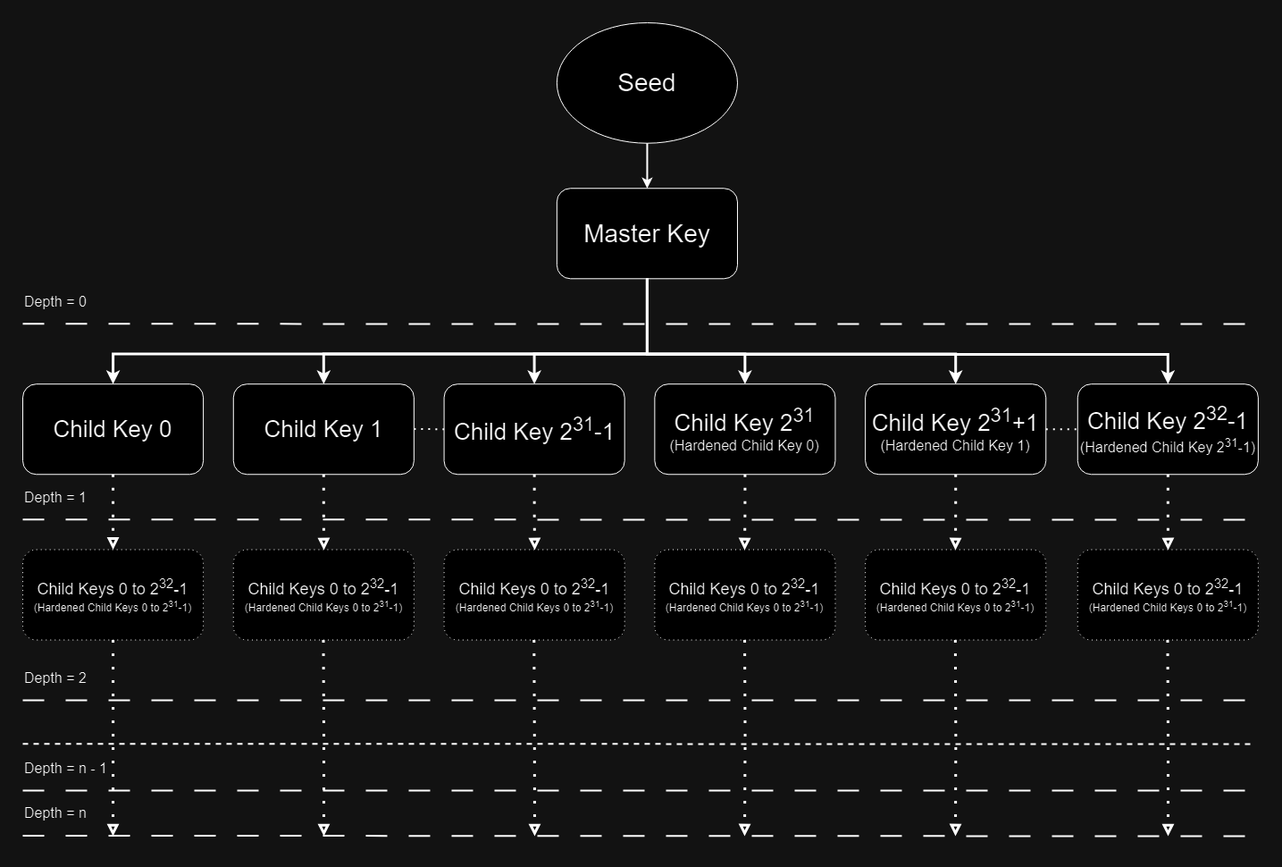
Earlier version of the draw.io export versioned_docs/version-2.4.0/hd-wallets/_static/img/hd_wallet_diagram.png (3StudioOnline/TSBC-Documentation). Source tidied: cells renumbered, new cells last; positions are measured from the earlier drawing's top-left corner, leaving out a move shared by most shapes.
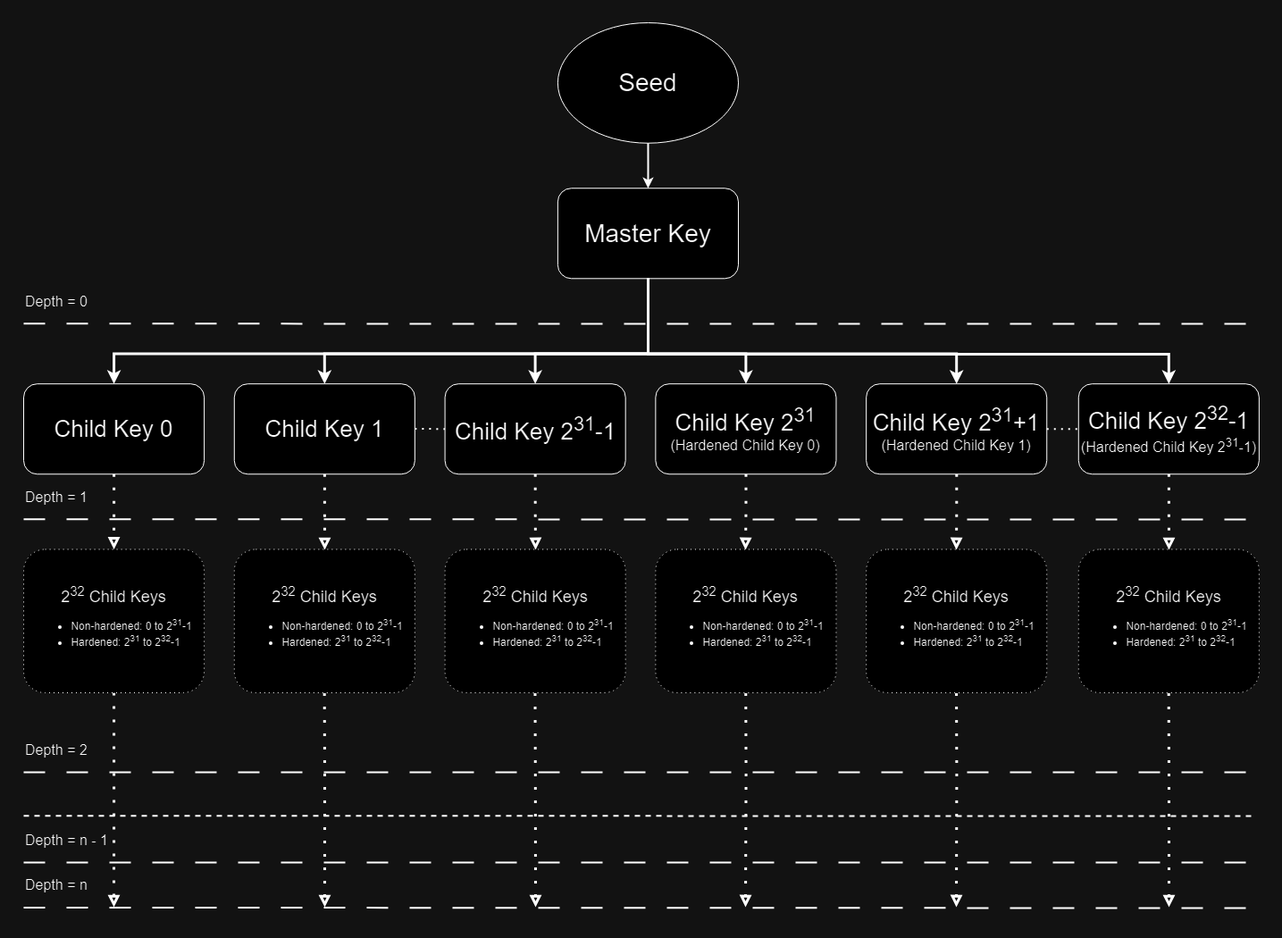
Later version of the same file.

What changed in the source:
```diff
@@ -79,74 +79,74 @@
     </mxCell>
     <mxCell id="15" style="edgeStyle=orthogonalEdgeStyle;rounded=0;jettySize=auto;html=1;dashed=1;dashPattern=1 4;endArrow=block;endFill=0;exitX=0.5;exitY=1;exitDx=0;exitDy=0;strokeWidth=3;" parent="1" edge="1" source="16">
       <mxGeometry relative="1" as="geometry">
-        <mxPoint x="101" y="910" as="targetPoint" />
+        <mxPoint x="101" y="990" as="targetPoint" />
       </mxGeometry>
     </mxCell>
-    <mxCell id="16" value="&lt;font style=&quot;font-size: 18px;&quot;&gt;Child Keys 0 to 2&lt;sup&gt;32&lt;/sup&gt;-1&lt;/font&gt;&lt;br&gt;&lt;font style=&quot;font-size: 12px;&quot;&gt;(Hardened Child Keys 0 to 2&lt;sup&gt;31&lt;/sup&gt;-1)&lt;/font&gt;" style="rounded=1;whiteSpace=wrap;html=1;dashed=1;dashPattern=1 4;" parent="1" vertex="1">
-      <mxGeometry y="589.5" width="202.1" height="101.1" as="geometry" />
+    <mxCell id="16" value="&lt;span style=&quot;font-size: 18px;&quot;&gt;2&lt;sup&gt;32&lt;/sup&gt; Child Keys&lt;/span&gt;&lt;div&gt;&lt;ul&gt;&lt;li style=&quot;text-align: left;&quot;&gt;Non-hardened: 0 to 2&lt;sup&gt;31&lt;/sup&gt;-1&lt;/li&gt;&lt;li style=&quot;text-align: left;&quot;&gt;Hardened: 2&lt;sup&gt;31&lt;/sup&gt;&amp;nbsp;to 2&lt;sup style=&quot;background-color: initial;&quot;&gt;32&lt;/sup&gt;&lt;span style=&quot;background-color: initial;&quot;&gt;-1&amp;nbsp;&lt;/span&gt;&lt;/li&gt;&lt;/ul&gt;&lt;/div&gt;" style="rounded=1;whiteSpace=wrap;html=1;dashed=1;dashPattern=1 4;" parent="1" vertex="1">
+      <mxGeometry y="589.5" width="202.1" height="160.5" as="geometry" />
     </mxCell>
     <mxCell id="17" style="endArrow=none;dashed=1;html=1;rounded=0;dashPattern=12 12;strokeWidth=2;" parent="1" edge="1">
       <mxGeometry relative="1" as="geometry">
-        <mxPoint y="757.9" as="sourcePoint" />
-        <mxPoint x="1380" y="758" as="targetPoint" />
+        <mxPoint y="838.9" as="sourcePoint" />
+        <mxPoint x="1380" y="839" as="targetPoint" />
       </mxGeometry>
     </mxCell>
     <mxCell id="18" value="&lt;font style=&quot;font-size: 16px;&quot;&gt;Depth = 2&lt;/font&gt;" style="text;html=1;strokeColor=none;fillColor=none;align=left;verticalAlign=middle;whiteSpace=wrap;rounded=0;" parent="1" vertex="1">
-      <mxGeometry y="707.4" width="101.1" height="50.5" as="geometry" />
+      <mxGeometry y="788.4" width="101.1" height="50.5" as="geometry" />
     </mxCell>
     <mxCell id="19" value="&lt;font style=&quot;font-size: 16px;&quot;&gt;Depth = n&lt;/font&gt;" style="text;html=1;strokeColor=none;fillColor=none;align=left;verticalAlign=middle;whiteSpace=wrap;rounded=0;" parent="1" vertex="1">
-      <mxGeometry y="858.9" width="101.1" height="50.5" as="geometry" />
+      <mxGeometry y="939.9" width="101.1" height="50.5" as="geometry" />
     </mxCell>
     <mxCell id="20" style="edgeStyle=orthogonalEdgeStyle;rounded=0;orthogonalLoop=1;jettySize=auto;html=1;dashed=1;dashPattern=1 4;endArrow=block;endFill=0;strokeWidth=3;" parent="1" edge="1">
       <mxGeometry relative="1" as="geometry">
         <mxPoint x="336.5" y="690.5" as="sourcePoint" />
-        <mxPoint x="337" y="910" as="targetPoint" />
+        <mxPoint x="337" y="990" as="targetPoint" />
       </mxGeometry>
     </mxCell>
     <mxCell id="21" style="edgeStyle=orthogonalEdgeStyle;rounded=0;orthogonalLoop=1;jettySize=auto;html=1;dashed=1;dashPattern=1 4;endArrow=block;endFill=0;strokeWidth=3;" parent="1" edge="1">
       <mxGeometry relative="1" as="geometry">
         <mxPoint x="572.3" y="690.5" as="sourcePoint" />
-        <mxPoint x="573" y="910" as="targetPoint" />
+        <mxPoint x="573" y="990" as="targetPoint" />
       </mxGeometry>
     </mxCell>
     <mxCell id="22" style="edgeStyle=orthogonalEdgeStyle;rounded=0;orthogonalLoop=1;jettySize=auto;html=1;dashed=1;dashPattern=1 4;endArrow=block;endFill=0;strokeWidth=3;" parent="1" edge="1">
       <mxGeometry relative="1" as="geometry">
         <mxPoint x="808.1" y="690.5" as="sourcePoint" />
-        <mxPoint x="808" y="910" as="targetPoint" />
+        <mxPoint x="808" y="990" as="targetPoint" />
       </mxGeometry>
     </mxCell>
     <mxCell id="23" style="edgeStyle=orthogonalEdgeStyle;rounded=0;orthogonalLoop=1;jettySize=auto;html=1;dashed=1;dashPattern=1 4;endArrow=block;endFill=0;strokeWidth=3;" parent="1" edge="1">
       <mxGeometry relative="1" as="geometry">
         <mxPoint x="1043.9" y="690.5" as="sourcePoint" />
-        <mxPoint x="1044" y="910" as="targetPoint" />
+        <mxPoint x="1044" y="990" as="targetPoint" />
       </mxGeometry>
     </mxCell>
     <mxCell id="24" style="edgeStyle=orthogonalEdgeStyle;rounded=0;orthogonalLoop=1;jettySize=auto;html=1;dashed=1;dashPattern=1 4;endArrow=block;endFill=0;strokeWidth=3;" parent="1" edge="1">
       <mxGeometry relative="1" as="geometry">
         <mxPoint x="1281.5" y="690.5" as="sourcePoint" />
-        <mxPoint x="1282" y="910" as="targetPoint" />
+        <mxPoint x="1282" y="990" as="targetPoint" />
       </mxGeometry>
     </mxCell>
     <mxCell id="25" style="endArrow=none;dashed=1;html=1;rounded=0;strokeWidth=2;" parent="1" edge="1">
       <mxGeometry relative="1" as="geometry">
-        <mxPoint y="806.7" as="sourcePoint" />
-        <mxPoint x="1380" y="807" as="targetPoint" />
+        <mxPoint y="887.7" as="sourcePoint" />
+        <mxPoint x="1380" y="888" as="targetPoint" />
       </mxGeometry>
     </mxCell>
     <mxCell id="26" style="endArrow=none;dashed=1;html=1;rounded=0;dashPattern=12 12;strokeWidth=2;" parent="1" edge="1">
       <mxGeometry relative="1" as="geometry">
-        <mxPoint y="858.9" as="sourcePoint" />
-        <mxPoint x="1380" y="859" as="targetPoint" />
+        <mxPoint y="939.9" as="sourcePoint" />
+        <mxPoint x="1380" y="940" as="targetPoint" />
       </mxGeometry>
     </mxCell>
     <mxCell id="27" style="endArrow=none;dashed=1;html=1;rounded=0;dashPattern=12 12;strokeWidth=2;" parent="1" edge="1">
       <mxGeometry relative="1" as="geometry">
-        <mxPoint y="909.5" as="sourcePoint" />
-        <mxPoint x="1380" y="910" as="targetPoint" />
+        <mxPoint y="990.5" as="sourcePoint" />
+        <mxPoint x="1380" y="991" as="targetPoint" />
       </mxGeometry>
     </mxCell>
     <mxCell id="28" value="&lt;font style=&quot;font-size: 16px;&quot;&gt;Depth = n - 1&lt;/font&gt;" style="text;html=1;strokeColor=none;fillColor=none;align=left;verticalAlign=middle;whiteSpace=wrap;rounded=0;" parent="1" vertex="1">
-      <mxGeometry y="808.4" width="101.1" height="50.5" as="geometry" />
+      <mxGeometry y="889.4" width="101.1" height="50.5" as="geometry" />
     </mxCell>
     <mxCell id="29" style="edgeStyle=orthogonalEdgeStyle;rounded=0;jettySize=auto;html=1;dashed=1;dashPattern=1 4;entryX=0.5;entryY=0;entryDx=0;entryDy=0;endArrow=block;endFill=0;strokeWidth=3;" parent="1" edge="1" source="30" target="16">
       <mxGeometry relative="1" as="geometry" />
@@ -204,20 +204,20 @@
         <mxPoint x="437.9" y="454.4" as="sourcePoint" />
       </mxGeometry>
     </mxCell>
-    <mxCell id="43" value="&lt;font style=&quot;font-size: 18px;&quot;&gt;Child Keys 0 to 2&lt;sup&gt;32&lt;/sup&gt;-1&lt;/font&gt;&lt;br&gt;&lt;font style=&quot;font-size: 12px;&quot;&gt;(Hardened Child Keys 0 to 2&lt;sup&gt;31&lt;/sup&gt;-1)&lt;/font&gt;" style="rounded=1;whiteSpace=wrap;html=1;dashed=1;dashPattern=1 4;" parent="1" vertex="1">
-      <mxGeometry x="235.8" y="589.5" width="202.1" height="101.1" as="geometry" />
+    <mxCell id="43" value="&lt;span style=&quot;font-size: 18px;&quot;&gt;2&lt;sup&gt;32&lt;/sup&gt;&amp;nbsp;Child Keys&lt;/span&gt;&lt;div&gt;&lt;ul&gt;&lt;li style=&quot;text-align: left;&quot;&gt;Non-hardened: 0 to 2&lt;sup&gt;31&lt;/sup&gt;-1&lt;/li&gt;&lt;li style=&quot;text-align: left;&quot;&gt;Hardened: 2&lt;sup&gt;31&lt;/sup&gt;&amp;nbsp;to 2&lt;sup style=&quot;background-color: initial;&quot;&gt;32&lt;/sup&gt;&lt;span style=&quot;background-color: initial;&quot;&gt;-1&amp;nbsp;&lt;/span&gt;&lt;/li&gt;&lt;/ul&gt;&lt;/div&gt;" style="rounded=1;whiteSpace=wrap;html=1;dashed=1;dashPattern=1 4;" parent="1" vertex="1">
+      <mxGeometry x="235.8" y="589.5" width="202.1" height="160.5" as="geometry" />
     </mxCell>
-    <mxCell id="44" value="&lt;font style=&quot;font-size: 18px;&quot;&gt;Child Keys 0 to 2&lt;sup&gt;32&lt;/sup&gt;-1&lt;/font&gt;&lt;br&gt;&lt;font style=&quot;font-size: 12px;&quot;&gt;(Hardened Child Keys 0 to 2&lt;sup&gt;31&lt;/sup&gt;-1)&lt;/font&gt;" style="rounded=1;whiteSpace=wrap;html=1;dashed=1;dashPattern=1 4;" parent="1" vertex="1">
-      <mxGeometry x="471.6" y="589.5" width="202.1" height="101.1" as="geometry" />
+    <mxCell id="44" value="&lt;span style=&quot;font-size: 18px;&quot;&gt;2&lt;sup&gt;32&lt;/sup&gt;&amp;nbsp;Child Keys&lt;/span&gt;&lt;div&gt;&lt;ul&gt;&lt;li style=&quot;text-align: left;&quot;&gt;Non-hardened: 0 to 2&lt;sup&gt;31&lt;/sup&gt;-1&lt;/li&gt;&lt;li style=&quot;text-align: left;&quot;&gt;Hardened: 2&lt;sup&gt;31&lt;/sup&gt;&amp;nbsp;to 2&lt;sup style=&quot;background-color: initial;&quot;&gt;32&lt;/sup&gt;&lt;span style=&quot;background-color: initial;&quot;&gt;-1&amp;nbsp;&lt;/span&gt;&lt;/li&gt;&lt;/ul&gt;&lt;/div&gt;" style="rounded=1;whiteSpace=wrap;html=1;dashed=1;dashPattern=1 4;" parent="1" vertex="1">
+      <mxGeometry x="471.6" y="589.5" width="202.1" height="160.5" as="geometry" />
     </mxCell>
-    <mxCell id="45" value="&lt;font style=&quot;font-size: 18px;&quot;&gt;Child Keys 0 to 2&lt;sup&gt;32&lt;/sup&gt;-1&lt;/font&gt;&lt;br&gt;&lt;font style=&quot;font-size: 12px;&quot;&gt;(Hardened Child Keys 0 to 2&lt;sup&gt;31&lt;/sup&gt;-1)&lt;/font&gt;" style="rounded=1;whiteSpace=wrap;html=1;dashed=1;dashPattern=1 4;" parent="1" vertex="1">
-      <mxGeometry x="707.4" y="589.5" width="202.1" height="101.1" as="geometry" />
+    <mxCell id="45" value="&lt;span style=&quot;font-size: 18px;&quot;&gt;2&lt;sup&gt;32&lt;/sup&gt;&amp;nbsp;Child Keys&lt;/span&gt;&lt;div&gt;&lt;ul&gt;&lt;li style=&quot;text-align: left;&quot;&gt;Non-hardened: 0 to 2&lt;sup&gt;31&lt;/sup&gt;-1&lt;/li&gt;&lt;li style=&quot;text-align: left;&quot;&gt;Hardened: 2&lt;sup&gt;31&lt;/sup&gt;&amp;nbsp;to 2&lt;sup style=&quot;background-color: initial;&quot;&gt;32&lt;/sup&gt;&lt;span style=&quot;background-color: initial;&quot;&gt;-1&amp;nbsp;&lt;/span&gt;&lt;/li&gt;&lt;/ul&gt;&lt;/div&gt;" style="rounded=1;whiteSpace=wrap;html=1;dashed=1;dashPattern=1 4;" parent="1" vertex="1">
+      <mxGeometry x="707.4" y="589.5" width="202.1" height="160.5" as="geometry" />
     </mxCell>
-    <mxCell id="46" value="&lt;font style=&quot;font-size: 18px;&quot;&gt;Child Keys 0 to 2&lt;sup&gt;32&lt;/sup&gt;-1&lt;/font&gt;&lt;br&gt;&lt;font style=&quot;font-size: 12px;&quot;&gt;(Hardened Child Keys 0 to 2&lt;sup&gt;31&lt;/sup&gt;-1)&lt;/font&gt;" style="rounded=1;whiteSpace=wrap;html=1;dashed=1;dashPattern=1 4;" parent="1" vertex="1">
-      <mxGeometry x="943.2" y="589.5" width="202.1" height="101.1" as="geometry" />
+    <mxCell id="46" value="&lt;span style=&quot;font-size: 18px;&quot;&gt;2&lt;sup&gt;32&lt;/sup&gt;&amp;nbsp;Child Keys&lt;/span&gt;&lt;div&gt;&lt;ul&gt;&lt;li style=&quot;text-align: left;&quot;&gt;Non-hardened: 0 to 2&lt;sup&gt;31&lt;/sup&gt;-1&lt;/li&gt;&lt;li style=&quot;text-align: left;&quot;&gt;Hardened: 2&lt;sup&gt;31&lt;/sup&gt;&amp;nbsp;to 2&lt;sup style=&quot;background-color: initial;&quot;&gt;32&lt;/sup&gt;&lt;span style=&quot;background-color: initial;&quot;&gt;-1&amp;nbsp;&lt;/span&gt;&lt;/li&gt;&lt;/ul&gt;&lt;/div&gt;" style="rounded=1;whiteSpace=wrap;html=1;dashed=1;dashPattern=1 4;" parent="1" vertex="1">
+      <mxGeometry x="943.2" y="589.5" width="202.1" height="160.5" as="geometry" />
     </mxCell>
-    <mxCell id="47" value="&lt;font style=&quot;font-size: 18px;&quot;&gt;Child Keys 0 to 2&lt;sup&gt;32&lt;/sup&gt;-1&lt;/font&gt;&lt;br&gt;&lt;font style=&quot;font-size: 12px;&quot;&gt;(Hardened Child Keys 0 to 2&lt;sup&gt;31&lt;/sup&gt;-1)&lt;/font&gt;" style="rounded=1;whiteSpace=wrap;html=1;dashed=1;dashPattern=1 4;" parent="1" vertex="1">
-      <mxGeometry x="1180.8" y="589.5" width="202.1" height="101.1" as="geometry" />
+    <mxCell id="47" value="&lt;span style=&quot;font-size: 18px;&quot;&gt;2&lt;sup&gt;32&lt;/sup&gt;&amp;nbsp;Child Keys&lt;/span&gt;&lt;div&gt;&lt;ul&gt;&lt;li style=&quot;text-align: left;&quot;&gt;Non-hardened: 0 to 2&lt;sup&gt;31&lt;/sup&gt;-1&lt;/li&gt;&lt;li style=&quot;text-align: left;&quot;&gt;Hardened: 2&lt;sup&gt;31&lt;/sup&gt;&amp;nbsp;to 2&lt;sup style=&quot;background-color: initial;&quot;&gt;32&lt;/sup&gt;&lt;span style=&quot;background-color: initial;&quot;&gt;-1&amp;nbsp;&lt;/span&gt;&lt;/li&gt;&lt;/ul&gt;&lt;/div&gt;" style="rounded=1;whiteSpace=wrap;html=1;dashed=1;dashPattern=1 4;" parent="1" vertex="1">
+      <mxGeometry x="1180.8" y="589.5" width="202.1" height="160.5" as="geometry" />
     </mxCell>
   </root>
 </mxGraphModel>
```
